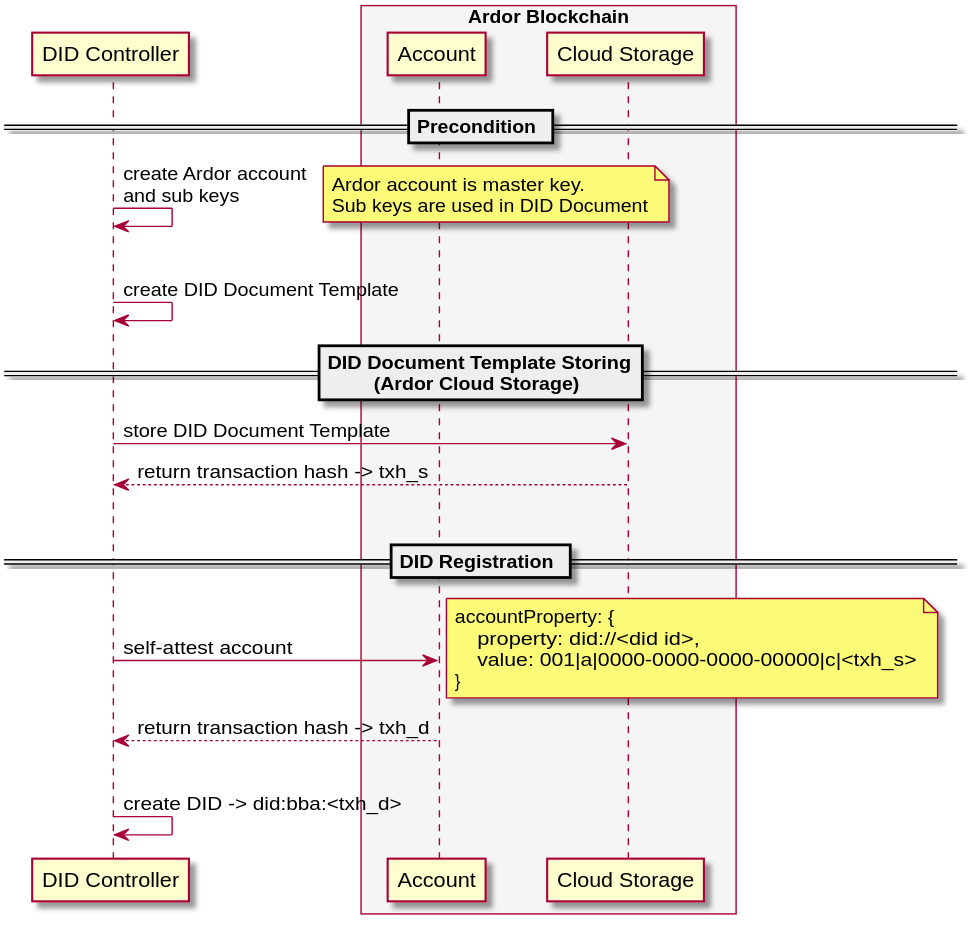
blobaa/bba-did-method-specification keeps this PlantUML diagram as docs/plantuml/out/did-create.svg. Above is the earlier version.
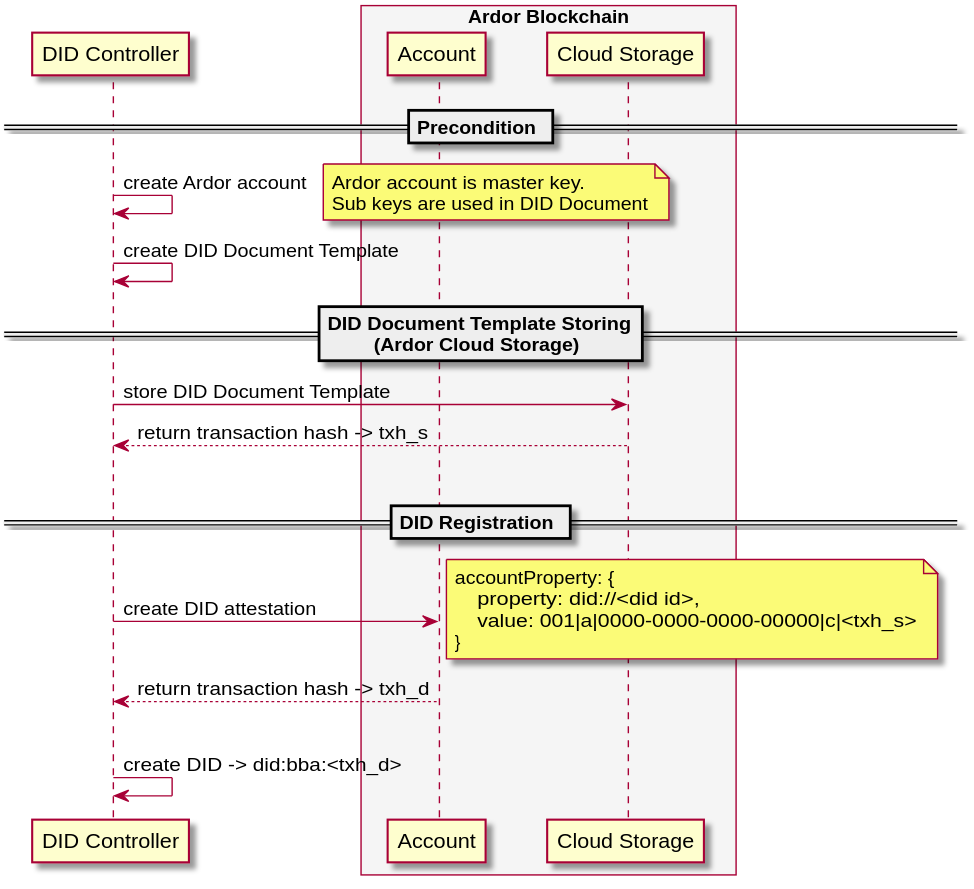
The same diagram one commit later.

What changed in the source:
```diff
@@ -11,21 +11,25 @@
 
 
 == Precondition ==
-DCR -> DCR: create Ardor account\nand sub keys
+
+DCR -> DCR: create Ardor account
 note right
     Ardor account is master key.
     Sub keys are used in DID Document
 end note
-|||
 DCR -> DCR: create DID Document Template
 
+
 == DID Document Template Storing\n(Ardor Cloud Storage) ==
+
 DCR -> STR: store DID Document Template
 STR --> DCR: return transaction hash -> txh_s
 |||
 
+
 == DID Registration ==
-DCR -> ATTE: self-attest account
+
+DCR -> ATTE: create DID attestation
 note right
     accountProperty: {
         property: did://<did id>,
```
